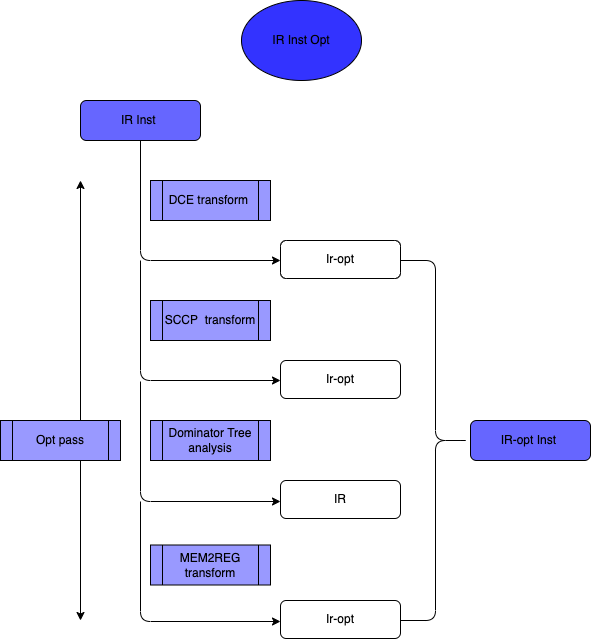
bchyl/compilerInZk keeps this draw.io diagram as Ola-lang-backend-ir-opt.drawio.png. Above is the earlier version. Source tidied: cells renumbered, new cells last; positions are measured from the earlier drawing's top-left corner, leaving out a move shared by most shapes. Its diagram source:
```xml
<mxGraphModel>
  <root>
    <mxCell id="0" />
    <mxCell id="1" parent="0" />
    <mxCell id="2" value="IR Inst&amp;nbsp;" style="rounded=1;whiteSpace=wrap;html=1;fontSize=12;glass=0;strokeWidth=1;shadow=0;fillColor=#6666FF;" parent="1" vertex="1">
      <mxGeometry x="80" y="100" width="120" height="40" as="geometry" />
    </mxCell>
    <mxCell id="3" value="IR Inst Opt" style="ellipse;whiteSpace=wrap;html=1;fillColor=#3333FF;" parent="1" vertex="1">
      <mxGeometry x="241" width="120" height="80" as="geometry" />
    </mxCell>
    <mxCell id="4" value="Ir-opt" style="rounded=1;whiteSpace=wrap;html=1;fontSize=12;glass=0;strokeWidth=1;shadow=0;" parent="1" vertex="1">
      <mxGeometry x="280" y="240" width="120" height="38" as="geometry" />
    </mxCell>
    <mxCell id="5" style="endArrow=classic;html=1;exitX=0.5;exitY=1;exitDx=0;exitDy=0;" parent="1" edge="1" source="2">
      <mxGeometry relative="1" as="geometry">
        <mxPoint x="280" y="260" as="targetPoint" />
        <Array as="points">
          <mxPoint x="140" y="260" />
        </Array>
      </mxGeometry>
    </mxCell>
    <mxCell id="6" value="DCE transform&amp;nbsp;" style="shape=process;whiteSpace=wrap;html=1;backgroundOutline=1;fillColor=#9999FF;" parent="1" vertex="1">
      <mxGeometry x="150" y="180" width="120" height="40" as="geometry" />
    </mxCell>
    <mxCell id="7" value="SCCP&amp;nbsp; transform" style="shape=process;whiteSpace=wrap;html=1;backgroundOutline=1;fillColor=#9999FF;" parent="1" vertex="1">
      <mxGeometry x="150" y="300" width="120" height="40" as="geometry" />
    </mxCell>
    <mxCell id="8" value="MEM2REG transform" style="shape=process;whiteSpace=wrap;html=1;backgroundOutline=1;fillColor=#9999FF;" parent="1" vertex="1">
      <mxGeometry x="150" y="544.5" width="120" height="40" as="geometry" />
    </mxCell>
    <mxCell id="9" value="Ir-opt" style="rounded=1;whiteSpace=wrap;html=1;fontSize=12;glass=0;strokeWidth=1;shadow=0;" parent="1" vertex="1">
      <mxGeometry x="280" y="360" width="120" height="38" as="geometry" />
    </mxCell>
    <mxCell id="10" value="IR" style="rounded=1;whiteSpace=wrap;html=1;fontSize=12;glass=0;strokeWidth=1;shadow=0;" parent="1" vertex="1">
      <mxGeometry x="280" y="480" width="120" height="38" as="geometry" />
    </mxCell>
    <mxCell id="11" value="Ir-opt" style="rounded=1;whiteSpace=wrap;html=1;fontSize=12;glass=0;strokeWidth=1;shadow=0;" parent="1" vertex="1">
      <mxGeometry x="280" y="600" width="120" height="38" as="geometry" />
    </mxCell>
    <mxCell id="12" value="IR-opt Inst&amp;nbsp;" style="rounded=1;whiteSpace=wrap;html=1;fontSize=12;glass=0;strokeWidth=1;shadow=0;fillColor=#6666FF;" parent="1" vertex="1">
      <mxGeometry x="470" y="420" width="120" height="40" as="geometry" />
    </mxCell>
    <mxCell id="13" style="endArrow=classic;html=1;" parent="1" edge="1">
      <mxGeometry relative="1" as="geometry">
        <mxPoint x="140" y="260" as="sourcePoint" />
        <mxPoint x="280" y="380" as="targetPoint" />
        <Array as="points">
          <mxPoint x="140" y="380" />
        </Array>
      </mxGeometry>
    </mxCell>
    <mxCell id="14" style="endArrow=classic;html=1;" parent="1" edge="1">
      <mxGeometry relative="1" as="geometry">
        <mxPoint x="140" y="381" as="sourcePoint" />
        <mxPoint x="280" y="501" as="targetPoint" />
        <Array as="points">
          <mxPoint x="140" y="501" />
        </Array>
      </mxGeometry>
    </mxCell>
    <mxCell id="15" style="endArrow=classic;html=1;" parent="1" edge="1">
      <mxGeometry relative="1" as="geometry">
        <mxPoint x="140" y="501" as="sourcePoint" />
        <mxPoint x="280" y="621" as="targetPoint" />
        <Array as="points">
          <mxPoint x="140" y="621" />
        </Array>
      </mxGeometry>
    </mxCell>
    <mxCell id="16" value="Dominator Tree analysis" style="shape=process;whiteSpace=wrap;html=1;backgroundOutline=1;fillColor=#9999FF;" parent="1" vertex="1">
      <mxGeometry x="150" y="420" width="120" height="40" as="geometry" />
    </mxCell>
    <mxCell id="17" style="shape=curlyBracket;whiteSpace=wrap;html=1;rounded=1;flipH=1;labelPosition=right;verticalLabelPosition=middle;align=left;verticalAlign=middle;" parent="1" vertex="1">
      <mxGeometry x="400" y="260" width="70" height="360" as="geometry" />
    </mxCell>
    <mxCell id="18" style="endArrow=classic;startArrow=classic;html=1;" parent="1" edge="1">
      <mxGeometry relative="1" as="geometry">
        <mxPoint x="80" y="620" as="sourcePoint" />
        <mxPoint x="80" y="180" as="targetPoint" />
      </mxGeometry>
    </mxCell>
    <mxCell id="19" value="Opt pass" style="shape=process;whiteSpace=wrap;html=1;backgroundOutline=1;fillColor=#9999FF;" parent="1" vertex="1">
      <mxGeometry y="420" width="120" height="40" as="geometry" />
    </mxCell>
  </root>
</mxGraphModel>
```
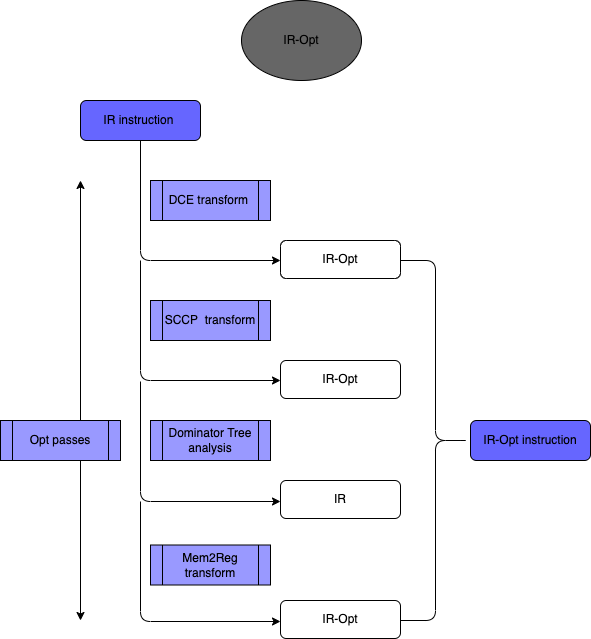
The same file after the commit.

The edit, as a diff of the source:
```diff
@@ -2,13 +2,13 @@
   <root>
     <mxCell id="0" />
     <mxCell id="1" parent="0" />
-    <mxCell id="2" value="IR Inst&amp;nbsp;" style="rounded=1;whiteSpace=wrap;html=1;fontSize=12;glass=0;strokeWidth=1;shadow=0;fillColor=#6666FF;" parent="1" vertex="1">
+    <mxCell id="2" value="IR instruction&amp;nbsp;" style="rounded=1;whiteSpace=wrap;html=1;fontSize=12;glass=0;strokeWidth=1;shadow=0;fillColor=#6666FF;" parent="1" vertex="1">
       <mxGeometry x="80" y="100" width="120" height="40" as="geometry" />
     </mxCell>
-    <mxCell id="3" value="IR Inst Opt" style="ellipse;whiteSpace=wrap;html=1;fillColor=#3333FF;" parent="1" vertex="1">
+    <mxCell id="3" value="IR-Opt" style="ellipse;whiteSpace=wrap;html=1;fillColor=#666666;" parent="1" vertex="1">
       <mxGeometry x="241" width="120" height="80" as="geometry" />
     </mxCell>
-    <mxCell id="4" value="Ir-opt" style="rounded=1;whiteSpace=wrap;html=1;fontSize=12;glass=0;strokeWidth=1;shadow=0;" parent="1" vertex="1">
+    <mxCell id="4" value="IR-Opt" style="rounded=1;whiteSpace=wrap;html=1;fontSize=12;glass=0;strokeWidth=1;shadow=0;" parent="1" vertex="1">
       <mxGeometry x="280" y="240" width="120" height="38" as="geometry" />
     </mxCell>
     <mxCell id="5" style="endArrow=classic;html=1;exitX=0.5;exitY=1;exitDx=0;exitDy=0;" parent="1" edge="1" source="2">
@@ -25,19 +25,19 @@
     <mxCell id="7" value="SCCP&amp;nbsp; transform" style="shape=process;whiteSpace=wrap;html=1;backgroundOutline=1;fillColor=#9999FF;" parent="1" vertex="1">
       <mxGeometry x="150" y="300" width="120" height="40" as="geometry" />
     </mxCell>
-    <mxCell id="8" value="MEM2REG transform" style="shape=process;whiteSpace=wrap;html=1;backgroundOutline=1;fillColor=#9999FF;" parent="1" vertex="1">
+    <mxCell id="8" value="Mem2Reg transform" style="shape=process;whiteSpace=wrap;html=1;backgroundOutline=1;fillColor=#9999FF;" parent="1" vertex="1">
       <mxGeometry x="150" y="544.5" width="120" height="40" as="geometry" />
     </mxCell>
-    <mxCell id="9" value="Ir-opt" style="rounded=1;whiteSpace=wrap;html=1;fontSize=12;glass=0;strokeWidth=1;shadow=0;" parent="1" vertex="1">
+    <mxCell id="9" value="IR-Opt" style="rounded=1;whiteSpace=wrap;html=1;fontSize=12;glass=0;strokeWidth=1;shadow=0;" parent="1" vertex="1">
       <mxGeometry x="280" y="360" width="120" height="38" as="geometry" />
     </mxCell>
     <mxCell id="10" value="IR" style="rounded=1;whiteSpace=wrap;html=1;fontSize=12;glass=0;strokeWidth=1;shadow=0;" parent="1" vertex="1">
       <mxGeometry x="280" y="480" width="120" height="38" as="geometry" />
     </mxCell>
-    <mxCell id="11" value="Ir-opt" style="rounded=1;whiteSpace=wrap;html=1;fontSize=12;glass=0;strokeWidth=1;shadow=0;" parent="1" vertex="1">
+    <mxCell id="11" value="IR-Opt" style="rounded=1;whiteSpace=wrap;html=1;fontSize=12;glass=0;strokeWidth=1;shadow=0;" parent="1" vertex="1">
       <mxGeometry x="280" y="600" width="120" height="38" as="geometry" />
     </mxCell>
-    <mxCell id="12" value="IR-opt Inst&amp;nbsp;" style="rounded=1;whiteSpace=wrap;html=1;fontSize=12;glass=0;strokeWidth=1;shadow=0;fillColor=#6666FF;" parent="1" vertex="1">
+    <mxCell id="12" value="IR-Opt instruction" style="rounded=1;whiteSpace=wrap;html=1;fontSize=12;glass=0;strokeWidth=1;shadow=0;fillColor=#6666FF;" parent="1" vertex="1">
       <mxGeometry x="470" y="420" width="120" height="40" as="geometry" />
     </mxCell>
     <mxCell id="13" style="endArrow=classic;html=1;" parent="1" edge="1">
@@ -79,7 +79,7 @@
         <mxPoint x="80" y="180" as="targetPoint" />
       </mxGeometry>
     </mxCell>
-    <mxCell id="19" value="Opt pass" style="shape=process;whiteSpace=wrap;html=1;backgroundOutline=1;fillColor=#9999FF;" parent="1" vertex="1">
+    <mxCell id="19" value="Opt passes" style="shape=process;whiteSpace=wrap;html=1;backgroundOutline=1;fillColor=#9999FF;" parent="1" vertex="1">
       <mxGeometry y="420" width="120" height="40" as="geometry" />
     </mxCell>
   </root>
```
